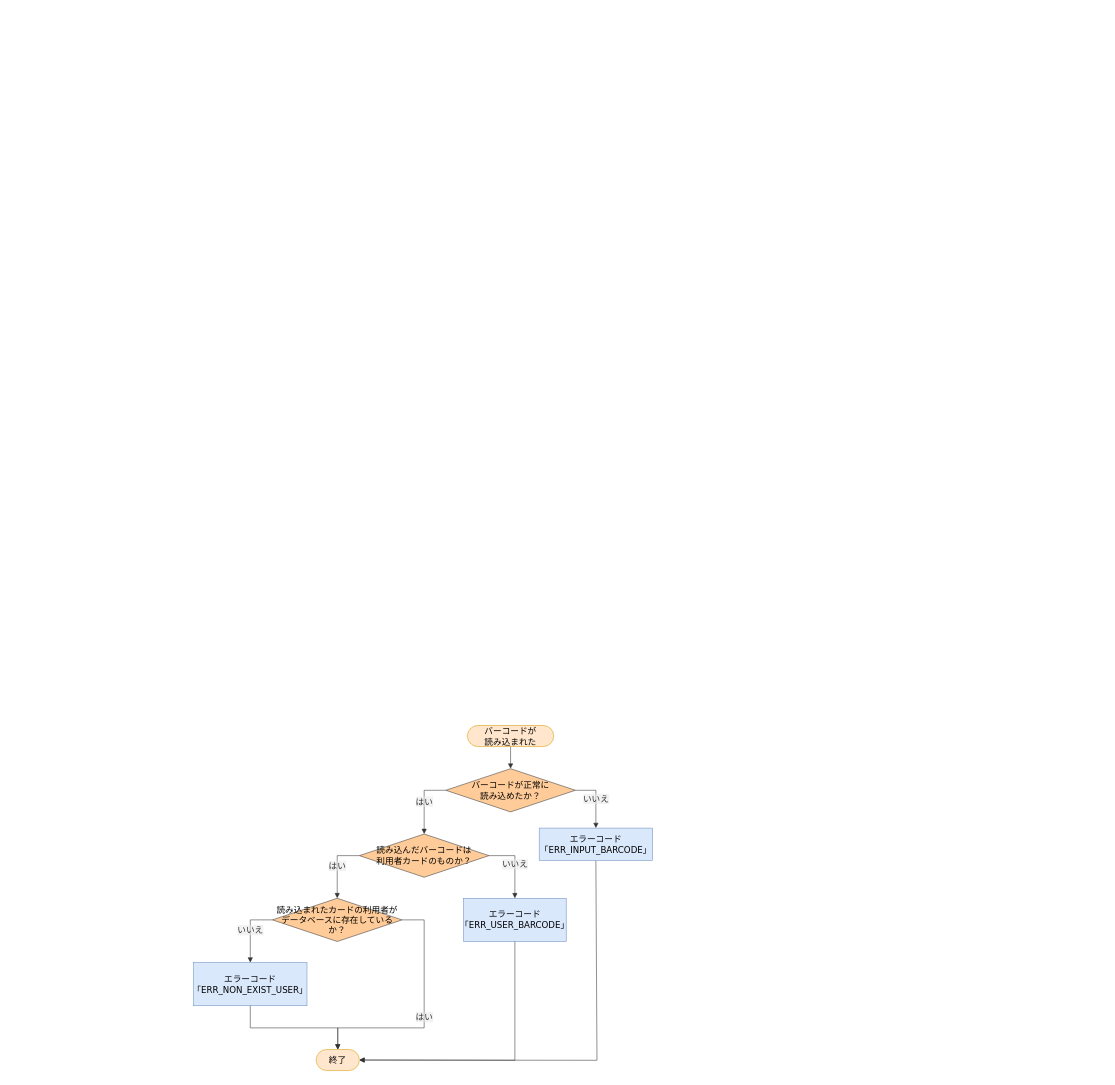
Above: 詳細設計書/7班/flowchart/予約申請・予約検索・利用者退会バーコード読み込み.drawio in rs002421-creator/- (draw.io), before the change. Source tidied: cells renumbered, new cells numbered last; positions are measured from the earlier drawing's top-left corner, leaving out a move shared by most shapes. Both pictures are drawn from the tidied source at 54%, with x=0, y=0 at pixel (193, 677).
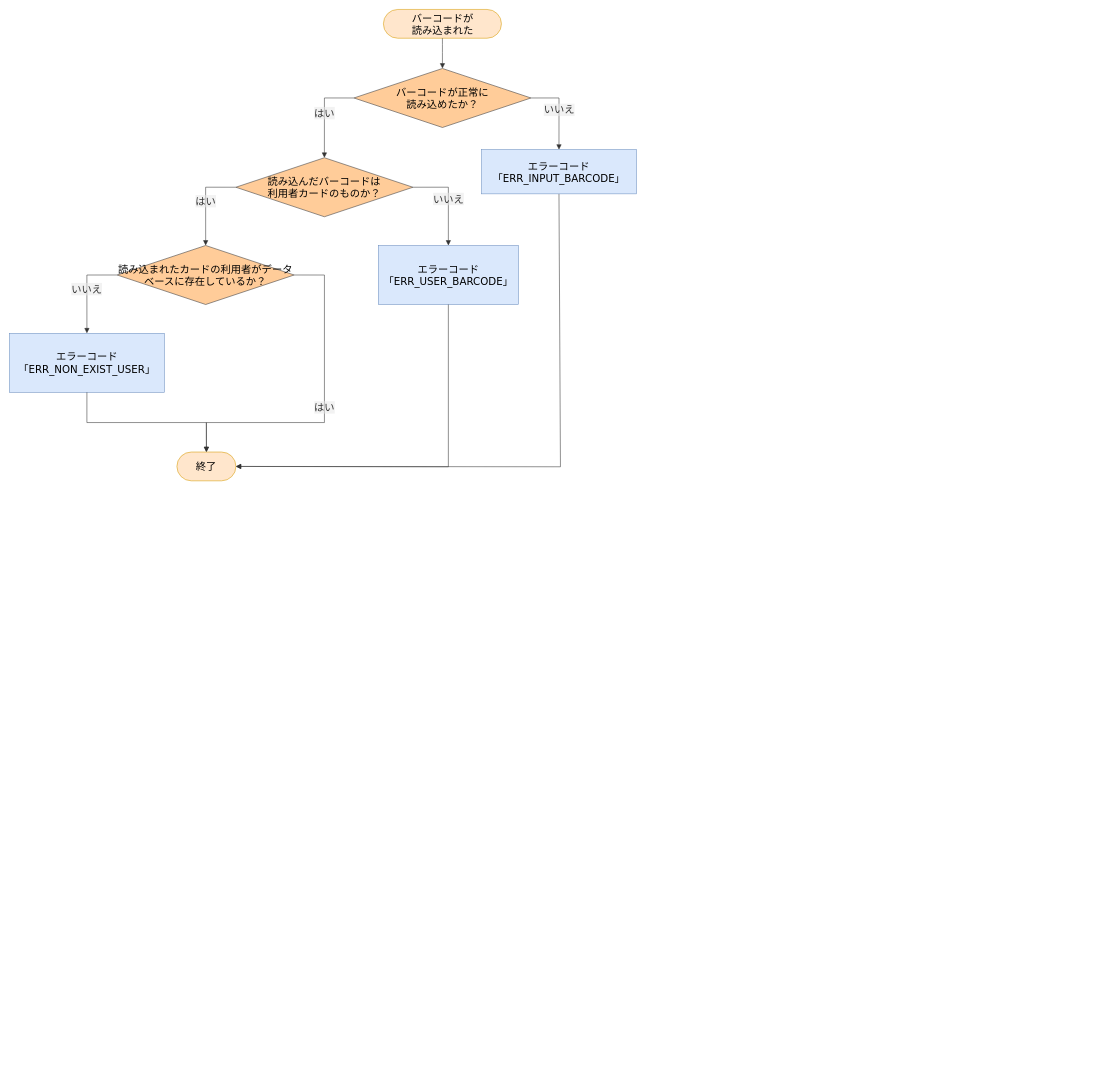
The same diagram, later.

The edit, as a diff of the source:
```diff
@@
-    <mxCell id="2" style="group;transparentBounds=1;editIcon=1;lockedGroup=0;groupPadding=10;" parent="1" vertex="1">
-      <mxGeometry x="840" width="849" height="740" as="geometry" />
-    </mxCell>
+    <mxCell id="21" style="group;fontSize=19;" parent="1" vertex="1">
+      <mxGeometry x="-341" y="-1236" width="1161.2" height="872.9" as="geometry" />
+    </mxCell>
+    <mxCell id="15" value="エラーコード「ERR_USER_BARCODE」" style="html=1;whiteSpace=wrap;strokeWidth=1;fillColor=#dae8fc;strokeColor=#6c8ebf;fontFamily=Trebuchet MS,Verdana,Arial,sans-serif;fontSize=19;" parent="21" vertex="1">
+      <mxGeometry x="683" y="437.1" width="259.6" height="109.3" as="geometry" />
+    </mxCell>
+    <mxCell id="16" value="いいえ" style="curved=0;startArrow=none;endArrow=block;endSize=7;strokeColor=light-dark(#333333,#cccccc);html=1;fontSize=19;labelBackgroundColor=light-dark(#E8E8E88D,#2a2a2a8D);fontFamily=Trebuchet MS,Verdana,Arial,sans-serif;fontColor=light-dark(#333333,#cccccc);exitX=1;exitY=0.5;entryX=0.5;entryY=0;rounded=0;exitDx=0;exitDy=0;" parent="21" edge="1" source="5" target="15">
+      <mxGeometry relative="1" as="geometry">
+        <Array as="points">
+          <mxPoint x="812.8" y="329.2" />
+        </Array>
+      </mxGeometry>
+    </mxCell>
+    <mxCell id="17" style="curved=0;startArrow=none;endArrow=block;endSize=7;strokeColor=light-dark(#333333,#cccccc);exitX=0.5;exitY=1;rounded=0;fontSize=19;" parent="21" edge="1" source="15" target="7">
+      <mxGeometry relative="1" as="geometry">
+        <Array as="points">
+          <mxPoint x="812.8" y="846.9" />
+        </Array>
+      </mxGeometry>
+    </mxCell>
+    <mxCell id="18" value="エラーコード「ERR_NON_EXIST_USER」" style="html=1;whiteSpace=wrap;strokeWidth=1;fillColor=#dae8fc;strokeColor=#6c8ebf;fontFamily=Trebuchet MS,Verdana,Arial,sans-serif;fontSize=19;" parent="21" vertex="1">
+      <mxGeometry y="599.7" width="286.9" height="109.3" as="geometry" />
+    </mxCell>
+    <mxCell id="19" value="いいえ" style="curved=0;startArrow=none;endArrow=block;endSize=7;strokeColor=light-dark(#333333,#cccccc);html=1;fontSize=19;labelBackgroundColor=light-dark(#E8E8E88D,#2a2a2a8D);fontFamily=Trebuchet MS,Verdana,Arial,sans-serif;fontColor=light-dark(#333333,#cccccc);exitX=0;exitY=0.5;entryX=0.5;entryY=0;rounded=0;exitDx=0;exitDy=0;" parent="21" edge="1" source="6" target="18">
+      <mxGeometry relative="1" as="geometry">
+        <Array as="points">
+          <mxPoint x="143.4" y="491.8" />
+        </Array>
+      </mxGeometry>
+    </mxCell>
+    <mxCell id="20" style="curved=0;startArrow=none;endArrow=block;endSize=7;strokeColor=light-dark(#333333,#cccccc);exitX=0.5;exitY=1;entryX=0.5;entryY=0;rounded=0;entryDx=0;entryDy=0;fontSize=19;" parent="21" edge="1" source="18" target="7">
+      <mxGeometry relative="1" as="geometry">
+        <Array as="points">
+          <mxPoint x="143.4" y="765" />
+          <mxPoint x="364.7" y="765" />
+        </Array>
+      </mxGeometry>
+    </mxCell>
+    <mxCell id="22" style="group;fontSize=19;" parent="21" vertex="1">
+      <mxGeometry x="199.4" width="961.7" height="872.9" as="geometry" />
+    </mxCell>
-    <mxCell id="3" value="バーコードが&lt;div&gt;読み込まれた&lt;/div&gt;" style="html=1;rounded=1;whiteSpace=wrap;arcSize=50;strokeWidth=1;fillColor=#ffe6cc;strokeColor=#d79b00;fontFamily=Trebuchet MS,Verdana,Arial,sans-serif;fontSize=16;" parent="2" vertex="1">
-      <mxGeometry x="-333" y="90" width="160" height="39" as="geometry" />
+    <mxCell id="3" value="バーコードが&lt;div&gt;読み込まれた&lt;/div&gt;" style="html=1;rounded=1;whiteSpace=wrap;arcSize=50;strokeWidth=1;fillColor=#ffe6cc;strokeColor=#d79b00;fontFamily=Trebuchet MS,Verdana,Arial,sans-serif;fontSize=19;" parent="22" vertex="1">
+      <mxGeometry x="493.1" width="218.6" height="53.3" as="geometry" />
     </mxCell>
-    <mxCell id="4" value="バーコードが正常に&lt;div&gt;読み込めたか？&lt;/div&gt;" style="rhombus;html=1;strokeWidth=1;whiteSpace=wrap;fillColor=#ffcc99;strokeColor=#36393d;fontFamily=Trebuchet MS,Verdana,Arial,sans-serif;fontSize=16;" parent="2" vertex="1">
-      <mxGeometry x="-373" y="170" width="240" height="80" as="geometry" />
+    <mxCell id="4" value="バーコードが正常に&lt;div&gt;読み込めたか？&lt;/div&gt;" style="rhombus;html=1;strokeWidth=1;whiteSpace=wrap;fillColor=#ffcc99;strokeColor=#36393d;fontFamily=Trebuchet MS,Verdana,Arial,sans-serif;fontSize=19;" parent="22" vertex="1">
+      <mxGeometry x="438.5" y="109.3" width="327.9" height="109.3" as="geometry" />
     </mxCell>
-    <mxCell id="5" value="読み込んだバーコードは&lt;div&gt;&lt;font style=&quot;color: rgb(0, 0, 0);&quot;&gt;利用者カードのものか？&lt;/font&gt;&lt;/div&gt;" style="rhombus;html=1;strokeWidth=1;whiteSpace=wrap;fillColor=#ffcc99;strokeColor=#36393d;fontFamily=Trebuchet MS,Verdana,Arial,sans-serif;fontSize=16;" parent="2" vertex="1">
-      <mxGeometry x="-533" y="291" width="240" height="80" as="geometry" />
+    <mxCell id="5" value="読み込んだバーコードは&lt;div&gt;&lt;font style=&quot;color: rgb(0, 0, 0);&quot;&gt;利用者カードのものか？&lt;/font&gt;&lt;/div&gt;" style="rhombus;html=1;strokeWidth=1;whiteSpace=wrap;fillColor=#ffcc99;strokeColor=#36393d;fontFamily=Trebuchet MS,Verdana,Arial,sans-serif;fontSize=19;" parent="22" vertex="1">
+      <mxGeometry x="219.9" y="274.6" width="327.9" height="109.3" as="geometry" />
     </mxCell>
-    <mxCell id="6" value="読み込まれたカードの利用者がデータベースに存在しているか？" style="rhombus;html=1;strokeWidth=1;whiteSpace=wrap;fillColor=#ffcc99;strokeColor=#36393d;fontFamily=Trebuchet MS,Verdana,Arial,sans-serif;fontSize=16;" parent="2" vertex="1">
-      <mxGeometry x="-694" y="410" width="240" height="80" as="geometry" />
+    <mxCell id="6" value="読み込まれたカードの利用者がデータベースに存在しているか？" style="rhombus;html=1;strokeWidth=1;whiteSpace=wrap;fillColor=#ffcc99;strokeColor=#36393d;fontFamily=Trebuchet MS,Verdana,Arial,sans-serif;fontSize=19;" parent="22" vertex="1">
+      <mxGeometry y="437.1" width="327.9" height="109.3" as="geometry" />
     </mxCell>
-    <mxCell id="7" value="終了" style="html=1;rounded=1;whiteSpace=wrap;arcSize=50;strokeWidth=1;fillColor=#ffe6cc;strokeColor=#d79b00;fontFamily=Trebuchet MS,Verdana,Arial,sans-serif;fontSize=16;" parent="2" vertex="1">
-      <mxGeometry x="-613" y="690" width="80" height="39" as="geometry" />
+    <mxCell id="7" value="終了" style="html=1;rounded=1;whiteSpace=wrap;arcSize=50;strokeWidth=1;fillColor=#ffe6cc;strokeColor=#d79b00;fontFamily=Trebuchet MS,Verdana,Arial,sans-serif;fontSize=19;" parent="22" vertex="1">
+      <mxGeometry x="110.7" y="819.6" width="109.3" height="53.3" as="geometry" />
     </mxCell>
-    <mxCell id="8" style="curved=1;startArrow=none;endArrow=block;endSize=7;strokeColor=light-dark(#333333,#cccccc);exitX=0.5;exitY=1;entryX=0.5;entryY=0;rounded=0;" parent="2" edge="1" source="3" target="4">
+    <mxCell id="8" style="curved=1;startArrow=none;endArrow=block;endSize=7;strokeColor=light-dark(#333333,#cccccc);exitX=0.5;exitY=1;entryX=0.5;entryY=0;rounded=0;fontSize=19;" parent="22" edge="1" source="3" target="4">
       <mxGeometry relative="1" as="geometry" />
     </mxCell>
-    <mxCell id="9" value="はい" style="curved=0;startArrow=none;endArrow=block;endSize=7;strokeColor=light-dark(#333333,#cccccc);html=1;fontSize=16;labelBackgroundColor=light-dark(#E8E8E88D,#2a2a2a8D);fontFamily=Trebuchet MS,Verdana,Arial,sans-serif;fontColor=light-dark(#333333,#cccccc);exitX=0;exitY=0.5;entryX=0.5;entryY=0;rounded=0;exitDx=0;exitDy=0;" parent="2" edge="1" source="4" target="5">
+    <mxCell id="9" value="はい" style="curved=0;startArrow=none;endArrow=block;endSize=7;strokeColor=light-dark(#333333,#cccccc);html=1;fontSize=19;labelBackgroundColor=light-dark(#E8E8E88D,#2a2a2a8D);fontFamily=Trebuchet MS,Verdana,Arial,sans-serif;fontColor=light-dark(#333333,#cccccc);exitX=0;exitY=0.5;entryX=0.5;entryY=0;rounded=0;exitDx=0;exitDy=0;" parent="22" edge="1" source="4" target="5">
       <mxGeometry relative="1" as="geometry">
         <Array as="points">
-          <mxPoint x="-413" y="210" />
+          <mxPoint x="383.9" y="163.9" />
         </Array>
       </mxGeometry>
     </mxCell>
-    <mxCell id="10" value="いいえ" style="curved=0;startArrow=none;endArrow=block;endSize=7;strokeColor=light-dark(#333333,#cccccc);html=1;fontSize=16;labelBackgroundColor=light-dark(#E8E8E88D,#2a2a2a8D);fontFamily=Trebuchet MS,Verdana,Arial,sans-serif;fontColor=light-dark(#333333,#cccccc);exitX=1;exitY=0.5;entryX=0.5;entryY=0;rounded=0;exitDx=0;exitDy=0;" parent="2" edge="1" source="4" target="14">
+    <mxCell id="10" value="いいえ" style="curved=0;startArrow=none;endArrow=block;endSize=7;strokeColor=light-dark(#333333,#cccccc);html=1;fontSize=19;labelBackgroundColor=light-dark(#E8E8E88D,#2a2a2a8D);fontFamily=Trebuchet MS,Verdana,Arial,sans-serif;fontColor=light-dark(#333333,#cccccc);exitX=1;exitY=0.5;entryX=0.5;entryY=0;rounded=0;exitDx=0;exitDy=0;" parent="22" edge="1" source="4" target="14">
       <mxGeometry relative="1" as="geometry">
         <Array as="points">
-          <mxPoint x="-95" y="210" />
+          <mxPoint x="818.3" y="163.9" />
         </Array>
       </mxGeometry>
     </mxCell>
-    <mxCell id="11" value="はい" style="curved=0;startArrow=none;endArrow=block;endSize=7;strokeColor=light-dark(#333333,#cccccc);html=1;fontSize=16;labelBackgroundColor=light-dark(#E8E8E88D,#2a2a2a8D);fontFamily=Trebuchet MS,Verdana,Arial,sans-serif;fontColor=light-dark(#333333,#cccccc);exitX=0;exitY=0.5;entryX=0.5;entryY=0;rounded=0;exitDx=0;exitDy=0;" parent="2" edge="1" source="5" target="6">
+    <mxCell id="11" value="はい" style="curved=0;startArrow=none;endArrow=block;endSize=7;strokeColor=light-dark(#333333,#cccccc);html=1;fontSize=19;labelBackgroundColor=light-dark(#E8E8E88D,#2a2a2a8D);fontFamily=Trebuchet MS,Verdana,Arial,sans-serif;fontColor=light-dark(#333333,#cccccc);exitX=0;exitY=0.5;entryX=0.5;entryY=0;rounded=0;exitDx=0;exitDy=0;" parent="22" edge="1" source="5" target="6">
       <mxGeometry relative="1" as="geometry">
         <Array as="points">
-          <mxPoint x="-574" y="331" />
+          <mxPoint x="163.9" y="329.2" />
         </Array>
       </mxGeometry>
     </mxCell>
-    <mxCell id="12" value="はい" style="curved=0;startArrow=none;endArrow=block;endSize=7;strokeColor=light-dark(#333333,#cccccc);html=1;fontSize=16;labelBackgroundColor=light-dark(#E8E8E88D,#2a2a2a8D);fontFamily=Trebuchet MS,Verdana,Arial,sans-serif;fontColor=light-dark(#333333,#cccccc);exitX=1;exitY=0.5;entryX=0.5;entryY=0;rounded=0;exitDx=0;exitDy=0;entryDx=0;entryDy=0;" parent="2" edge="1" source="6" target="7">
+    <mxCell id="12" value="はい" style="curved=0;startArrow=none;endArrow=block;endSize=7;strokeColor=light-dark(#333333,#cccccc);html=1;fontSize=19;labelBackgroundColor=light-dark(#E8E8E88D,#2a2a2a8D);fontFamily=Trebuchet MS,Verdana,Arial,sans-serif;fontColor=light-dark(#333333,#cccccc);exitX=1;exitY=0.5;entryX=0.5;entryY=0;rounded=0;exitDx=0;exitDy=0;entryDx=0;entryDy=0;" parent="22" edge="1" source="6" target="7">
       <mxGeometry relative="1" as="geometry">
         <Array as="points">
-          <mxPoint x="-413" y="450" />
-          <mxPoint x="-413" y="650" />
-          <mxPoint x="-573" y="650" />
+          <mxPoint x="383.9" y="491.8" />
+          <mxPoint x="383.9" y="765" />
+          <mxPoint x="165.3" y="765" />
         </Array>
       </mxGeometry>
     </mxCell>
-    <mxCell id="13" style="curved=0;startArrow=none;endArrow=block;endSize=7;strokeColor=light-dark(#333333,#cccccc);exitX=0.5;exitY=1;entryX=1;entryY=0.5;rounded=0;entryDx=0;entryDy=0;" parent="2" edge="1" source="14" target="7">
+    <mxCell id="13" style="curved=0;startArrow=none;endArrow=block;endSize=7;strokeColor=light-dark(#333333,#cccccc);exitX=0.5;exitY=1;entryX=1;entryY=0.5;rounded=0;entryDx=0;entryDy=0;fontSize=19;" parent="22" edge="1" source="14" target="7">
       <mxGeometry relative="1" as="geometry">
         <Array as="points">
-          <mxPoint x="-93" y="710" />
+          <mxPoint x="821" y="846.9" />
         </Array>
       </mxGeometry>
     </mxCell>
-    <mxCell id="14" value="エラーコード「ERR_INPUT_BARCODE」" style="html=1;whiteSpace=wrap;strokeWidth=1;fillColor=#dae8fc;strokeColor=#6c8ebf;fontFamily=Trebuchet MS,Verdana,Arial,sans-serif;fontSize=16;" parent="2" vertex="1">
-      <mxGeometry x="-200" y="280" width="210" height="60" as="geometry" />
+    <mxCell id="14" value="エラーコード「ERR_INPUT_BARCODE」" style="html=1;whiteSpace=wrap;strokeWidth=1;fillColor=#dae8fc;strokeColor=#6c8ebf;fontFamily=Trebuchet MS,Verdana,Arial,sans-serif;fontSize=19;" parent="22" vertex="1">
+      <mxGeometry x="674.8" y="259.5" width="286.9" height="82" as="geometry" />
     </mxCell>
-    <mxCell id="15" value="エラーコード「ERR_USER_BARCODE」" style="html=1;whiteSpace=wrap;strokeWidth=1;fillColor=#dae8fc;strokeColor=#6c8ebf;fontFamily=Trebuchet MS,Verdana,Arial,sans-serif;fontSize=16;" parent="1" vertex="1">
-      <mxGeometry x="500" y="410" width="190" height="80" as="geometry" />
-    </mxCell>
-    <mxCell id="16" value="いいえ" style="curved=0;startArrow=none;endArrow=block;endSize=7;strokeColor=light-dark(#333333,#cccccc);html=1;fontSize=16;labelBackgroundColor=light-dark(#E8E8E88D,#2a2a2a8D);fontFamily=Trebuchet MS,Verdana,Arial,sans-serif;fontColor=light-dark(#333333,#cccccc);exitX=1;exitY=0.5;entryX=0.5;entryY=0;rounded=0;exitDx=0;exitDy=0;" parent="1" edge="1" source="5" target="15">
-      <mxGeometry relative="1" as="geometry">
-        <Array as="points">
-          <mxPoint x="595" y="331" />
-        </Array>
-      </mxGeometry>
-    </mxCell>
-    <mxCell id="17" style="curved=0;startArrow=none;endArrow=block;endSize=7;strokeColor=light-dark(#333333,#cccccc);exitX=0.5;exitY=1;rounded=0;" parent="1" edge="1" source="15" target="7">
-      <mxGeometry relative="1" as="geometry">
-        <Array as="points">
-          <mxPoint x="595" y="710" />
-        </Array>
-      </mxGeometry>
-    </mxCell>
-    <mxCell id="18" value="エラーコード「ERR_NON_EXIST_USER」" style="html=1;whiteSpace=wrap;strokeWidth=1;fillColor=#dae8fc;strokeColor=#6c8ebf;fontFamily=Trebuchet MS,Verdana,Arial,sans-serif;fontSize=16;" parent="1" vertex="1">
-      <mxGeometry y="529" width="210" height="80" as="geometry" />
-    </mxCell>
-    <mxCell id="19" value="いいえ" style="curved=0;startArrow=none;endArrow=block;endSize=7;strokeColor=light-dark(#333333,#cccccc);html=1;fontSize=16;labelBackgroundColor=light-dark(#E8E8E88D,#2a2a2a8D);fontFamily=Trebuchet MS,Verdana,Arial,sans-serif;fontColor=light-dark(#333333,#cccccc);exitX=0;exitY=0.5;entryX=0.5;entryY=0;rounded=0;exitDx=0;exitDy=0;" parent="1" edge="1" source="6" target="18">
-      <mxGeometry relative="1" as="geometry">
-        <Array as="points">
-          <mxPoint x="105" y="450" />
-        </Array>
-      </mxGeometry>
-    </mxCell>
-    <mxCell id="20" style="curved=0;startArrow=none;endArrow=block;endSize=7;strokeColor=light-dark(#333333,#cccccc);exitX=0.5;exitY=1;entryX=0.5;entryY=0;rounded=0;entryDx=0;entryDy=0;" parent="1" edge="1" source="18" target="7">
-      <mxGeometry relative="1" as="geometry">
-        <Array as="points">
-          <mxPoint x="105" y="650" />
-          <mxPoint x="267" y="650" />
-        </Array>
-      </mxGeometry>
-    </mxCell>
```
